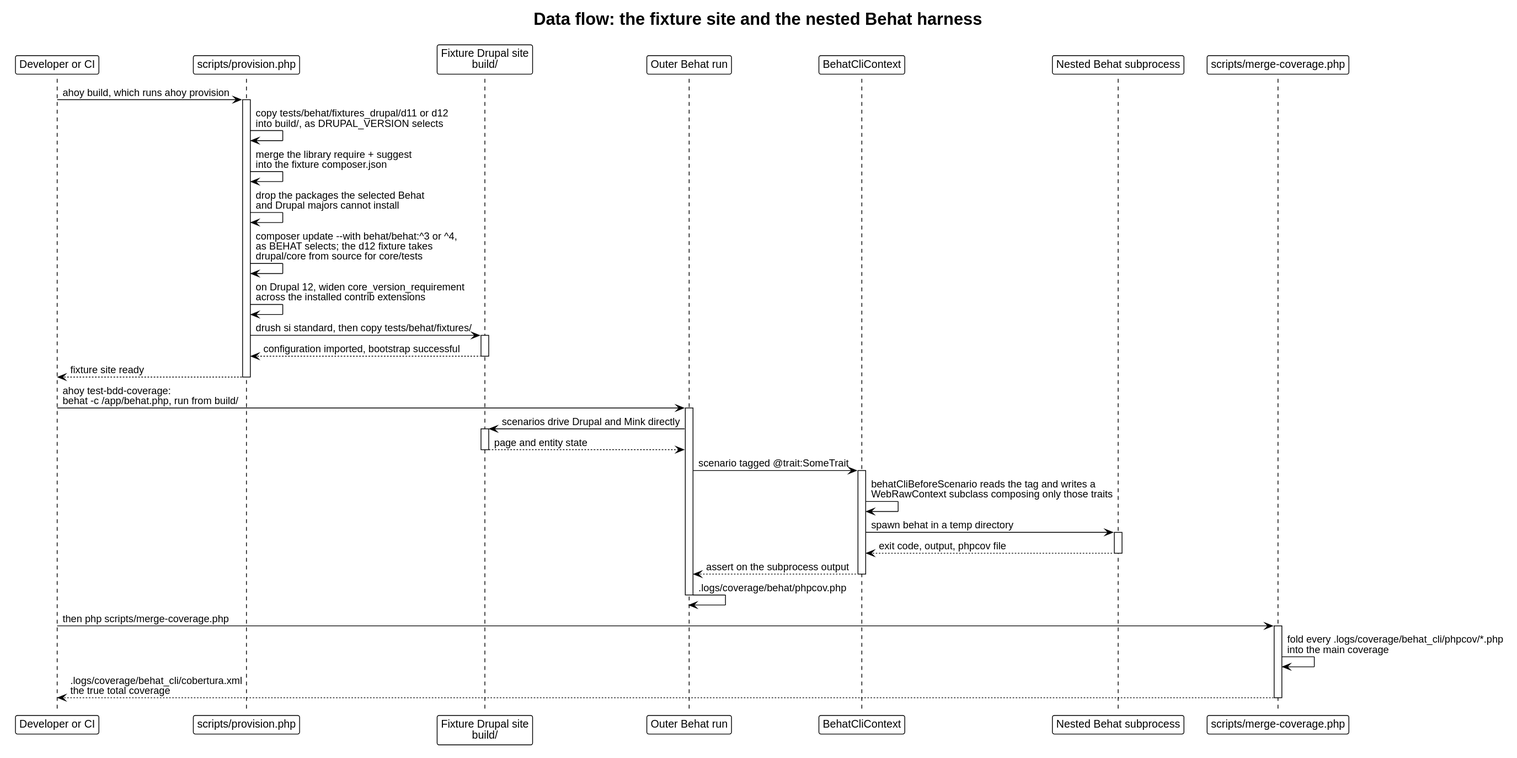
Earlier version of the PlantUML export docs/architecture/dataflow-tests.svg (drevops/behat-steps).
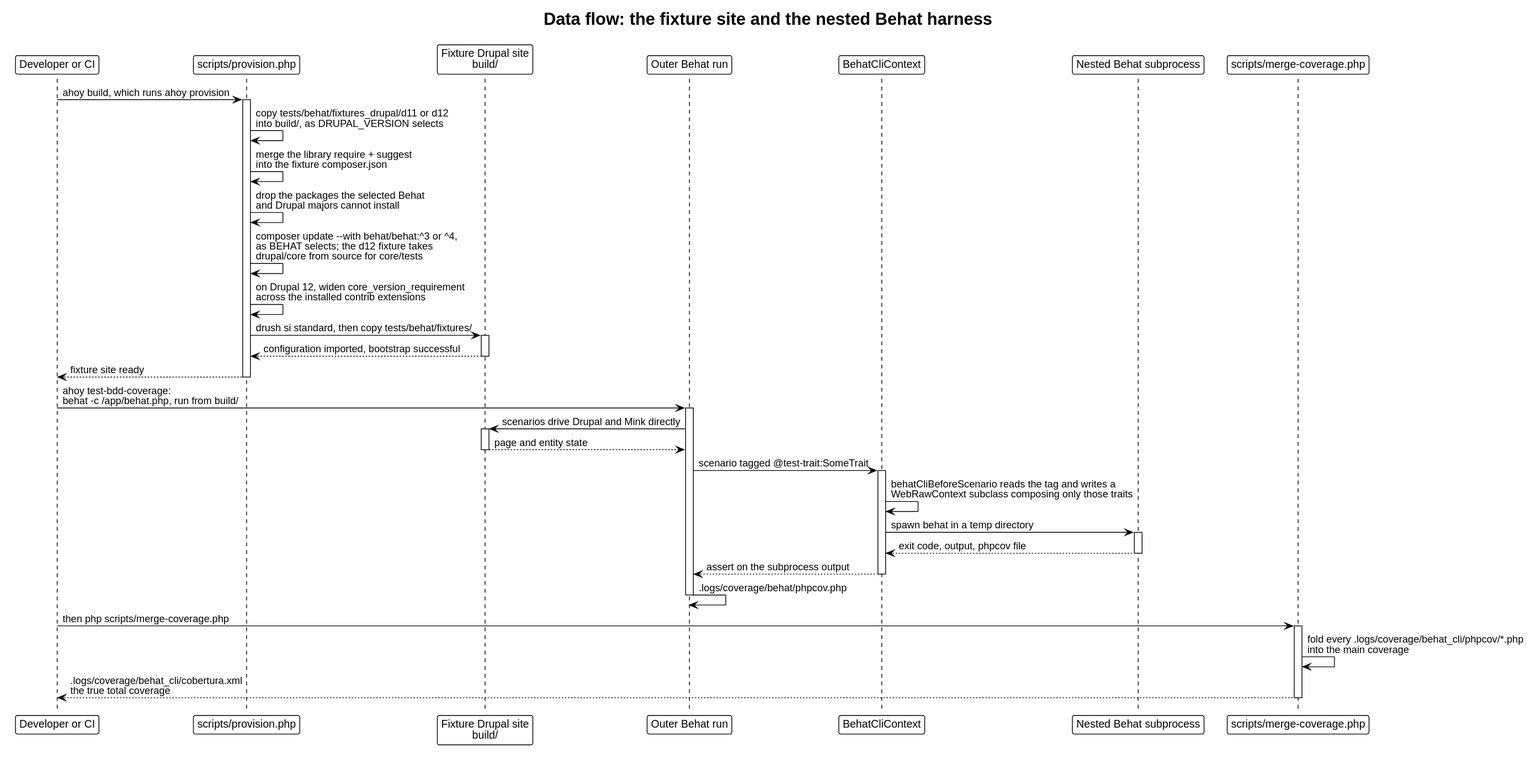
After the commit.

Commit message:
[#916] Updated the architecture docs and the test data flow diagram for the '@test-trait:' tag.

What changed in the source:
```diff
@@ -35,7 +35,7 @@
 Site --> Behat: page and entity state
 deactivate Site
 
-Behat -> Cli: scenario tagged @trait:SomeTrait
+Behat -> Cli: scenario tagged @test-trait:SomeTrait
 activate Cli
 Cli -> Cli: behatCliBeforeScenario reads the tag and writes a\nWebRawContext subclass composing only those traits
 Cli -> Sub: spawn behat in a temp directory
```
